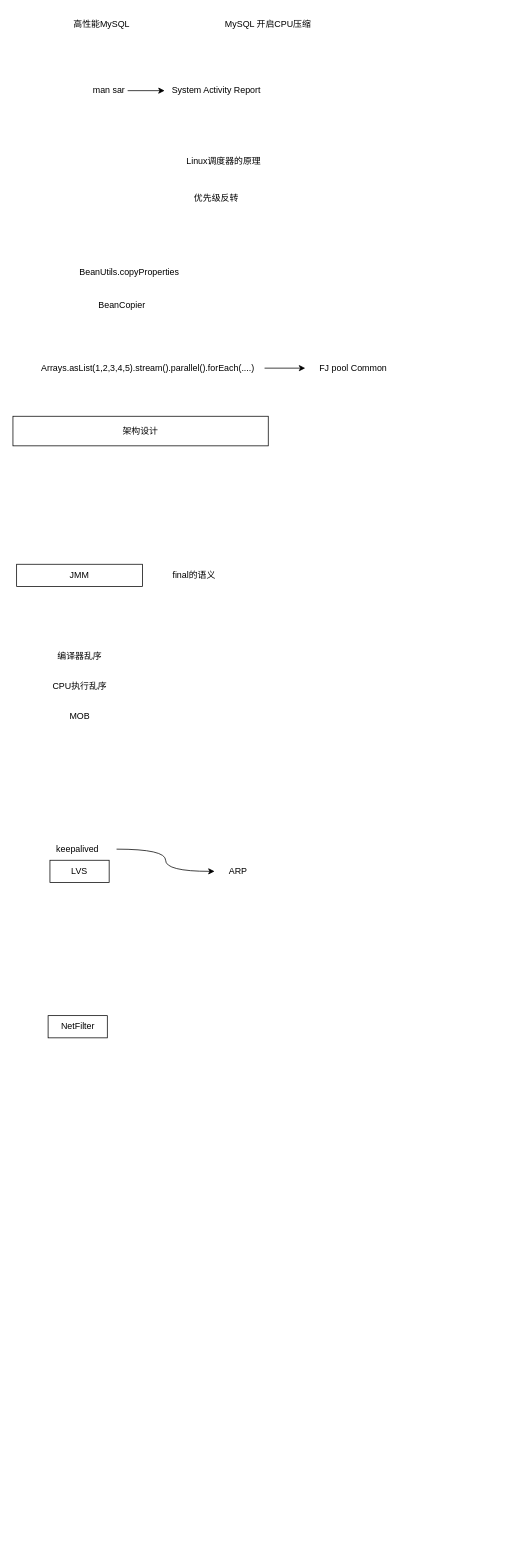
Before: Trick.drawio in haoboliu66/Diagram, a draw.io diagram. Source tidied: cells renumbered, new cells numbered last; positions are measured from the earlier drawing's top-left corner, leaving out a move shared by most shapes. Both pictures are drawn from the tidied source at 74%, with x=0, y=0 at pixel (13, 13).
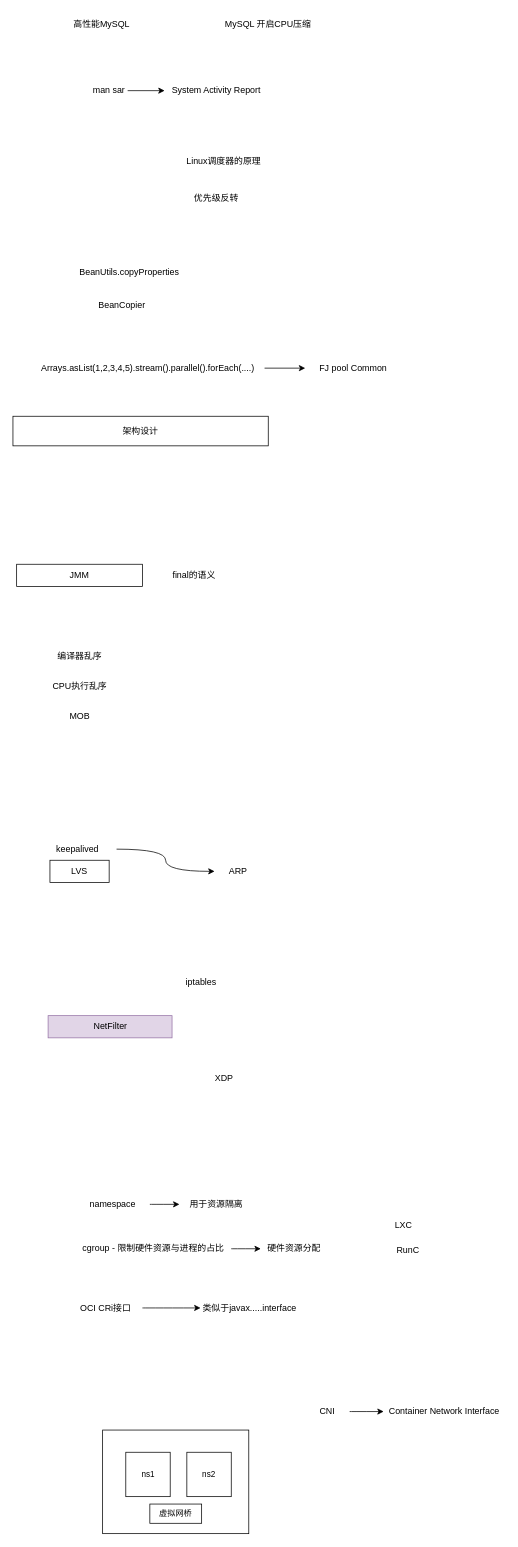
After the change.

Change to the diagram source:
```diff
@@
+    <mxCell id="25" style="rounded=0;whiteSpace=wrap;html=1;fontFamily=Helvetica;fontSize=11;fontColor=default;" parent="1" vertex="1">
+      <mxGeometry x="121.2" y="1915" width="197.5" height="140" as="geometry" />
+    </mxCell>
@@
-    <mxCell id="24" value="NetFilter" style="rounded=0;whiteSpace=wrap;html=1;" parent="1" vertex="1">
-      <mxGeometry x="47.5" y="1355" width="80" height="30" as="geometry" />
+    <mxCell id="24" value="NetFilter" style="rounded=0;whiteSpace=wrap;html=1;fillColor=#e1d5e7;strokeColor=#9673a6;" parent="1" vertex="1">
+      <mxGeometry x="47.5" y="1355" width="167.5" height="30" as="geometry" />
     </mxCell>
+    <mxCell id="26" value="iptables" style="text;html=1;strokeColor=none;fillColor=none;align=center;verticalAlign=middle;whiteSpace=wrap;rounded=0;" parent="1" vertex="1">
+      <mxGeometry x="222.5" y="1295" width="62.5" height="30" as="geometry" />
+    </mxCell>
+    <mxCell id="27" value="XDP" style="text;html=1;strokeColor=none;fillColor=none;align=center;verticalAlign=middle;whiteSpace=wrap;rounded=0;" parent="1" vertex="1">
+      <mxGeometry x="268.8" y="1425" width="32.5" height="30" as="geometry" />
+    </mxCell>
+    <mxCell id="28" style="edgeStyle=orthogonalEdgeStyle;shape=connector;curved=1;rounded=0;jettySize=auto;html=1;labelBackgroundColor=default;strokeColor=default;align=center;verticalAlign=middle;fontFamily=Helvetica;fontSize=11;fontColor=default;endArrow=classic;" parent="1" edge="1" source="29" target="34">
+      <mxGeometry relative="1" as="geometry" />
+    </mxCell>
+    <mxCell id="29" value="namespace" style="text;html=1;strokeColor=none;fillColor=none;align=center;verticalAlign=middle;whiteSpace=wrap;rounded=0;" parent="1" vertex="1">
+      <mxGeometry x="85" y="1595" width="100" height="30" as="geometry" />
+    </mxCell>
+    <mxCell id="30" style="edgeStyle=orthogonalEdgeStyle;shape=connector;curved=1;rounded=0;jettySize=auto;html=1;labelBackgroundColor=default;strokeColor=default;align=center;verticalAlign=middle;fontFamily=Helvetica;fontSize=11;fontColor=default;endArrow=classic;" parent="1" edge="1" source="31" target="32">
+      <mxGeometry relative="1" as="geometry" />
+    </mxCell>
+    <mxCell id="31" value="cgroup - 限制硬件资源与进程的占比" style="text;html=1;strokeColor=none;fillColor=none;align=center;verticalAlign=middle;whiteSpace=wrap;rounded=0;" parent="1" vertex="1">
+      <mxGeometry x="85" y="1655" width="210" height="30" as="geometry" />
+    </mxCell>
+    <mxCell id="32" value="硬件资源分配" style="text;html=1;strokeColor=none;fillColor=none;align=center;verticalAlign=middle;whiteSpace=wrap;rounded=0;" parent="1" vertex="1">
+      <mxGeometry x="335" y="1655" width="90" height="30" as="geometry" />
+    </mxCell>
+    <mxCell id="33" value="LXC" style="text;html=1;strokeColor=none;fillColor=none;align=center;verticalAlign=middle;whiteSpace=wrap;rounded=0;" parent="1" vertex="1">
+      <mxGeometry x="495" y="1625" width="66" height="26" as="geometry" />
+    </mxCell>
+    <mxCell id="34" value="用于资源隔离" style="text;html=1;strokeColor=none;fillColor=none;align=center;verticalAlign=middle;whiteSpace=wrap;rounded=0;" parent="1" vertex="1">
+      <mxGeometry x="225" y="1595" width="100" height="30" as="geometry" />
+    </mxCell>
+    <mxCell id="35" style="edgeStyle=orthogonalEdgeStyle;shape=connector;curved=1;rounded=0;jettySize=auto;html=1;labelBackgroundColor=default;strokeColor=default;align=center;verticalAlign=middle;fontFamily=Helvetica;fontSize=11;fontColor=default;endArrow=classic;" parent="1" edge="1" source="36" target="37">
+      <mxGeometry relative="1" as="geometry" />
+    </mxCell>
+    <mxCell id="36" value="OCI CRi接口" style="text;html=1;strokeColor=none;fillColor=none;align=center;verticalAlign=middle;whiteSpace=wrap;rounded=0;" parent="1" vertex="1">
+      <mxGeometry x="74.5" y="1735" width="100.5" height="30" as="geometry" />
+    </mxCell>
+    <mxCell id="37" value="类似于javax.....interface" style="text;html=1;strokeColor=none;fillColor=none;align=center;verticalAlign=middle;whiteSpace=wrap;rounded=0;" parent="1" vertex="1">
+      <mxGeometry x="253.5" y="1735" width="131.5" height="30" as="geometry" />
+    </mxCell>
+    <mxCell id="38" value="虚拟网桥" style="rounded=0;whiteSpace=wrap;html=1;fontFamily=Helvetica;fontSize=11;fontColor=default;" parent="1" vertex="1">
+      <mxGeometry x="185" y="2015" width="70" height="26" as="geometry" />
+    </mxCell>
+    <mxCell id="39" value="ns1" style="rounded=0;whiteSpace=wrap;html=1;fontFamily=Helvetica;fontSize=11;fontColor=default;" parent="1" vertex="1">
+      <mxGeometry x="152.5" y="1945" width="60" height="60" as="geometry" />
+    </mxCell>
+    <mxCell id="40" value="ns2" style="rounded=0;whiteSpace=wrap;html=1;fontFamily=Helvetica;fontSize=11;fontColor=default;" parent="1" vertex="1">
+      <mxGeometry x="235" y="1945" width="60" height="60" as="geometry" />
+    </mxCell>
+    <mxCell id="41" style="edgeStyle=orthogonalEdgeStyle;shape=connector;curved=1;rounded=0;jettySize=auto;html=1;labelBackgroundColor=default;strokeColor=default;align=center;verticalAlign=middle;fontFamily=Helvetica;fontSize=11;fontColor=default;endArrow=classic;" parent="1" edge="1" source="42" target="43">
+      <mxGeometry relative="1" as="geometry" />
+    </mxCell>
+    <mxCell id="42" value="CNI" style="text;html=1;strokeColor=none;fillColor=none;align=center;verticalAlign=middle;whiteSpace=wrap;rounded=0;" parent="1" vertex="1">
+      <mxGeometry x="395" y="1875" width="60" height="30" as="geometry" />
+    </mxCell>
+    <mxCell id="43" value="Container Network Interface" style="text;html=1;strokeColor=none;fillColor=none;align=center;verticalAlign=middle;whiteSpace=wrap;rounded=0;" parent="1" vertex="1">
+      <mxGeometry x="501" y="1875" width="164" height="30" as="geometry" />
+    </mxCell>
+    <mxCell id="44" value="RunC" style="text;html=1;strokeColor=none;fillColor=none;align=center;verticalAlign=middle;whiteSpace=wrap;rounded=0;" parent="1" vertex="1">
+      <mxGeometry x="501" y="1659" width="66" height="26" as="geometry" />
+    </mxCell>
```
